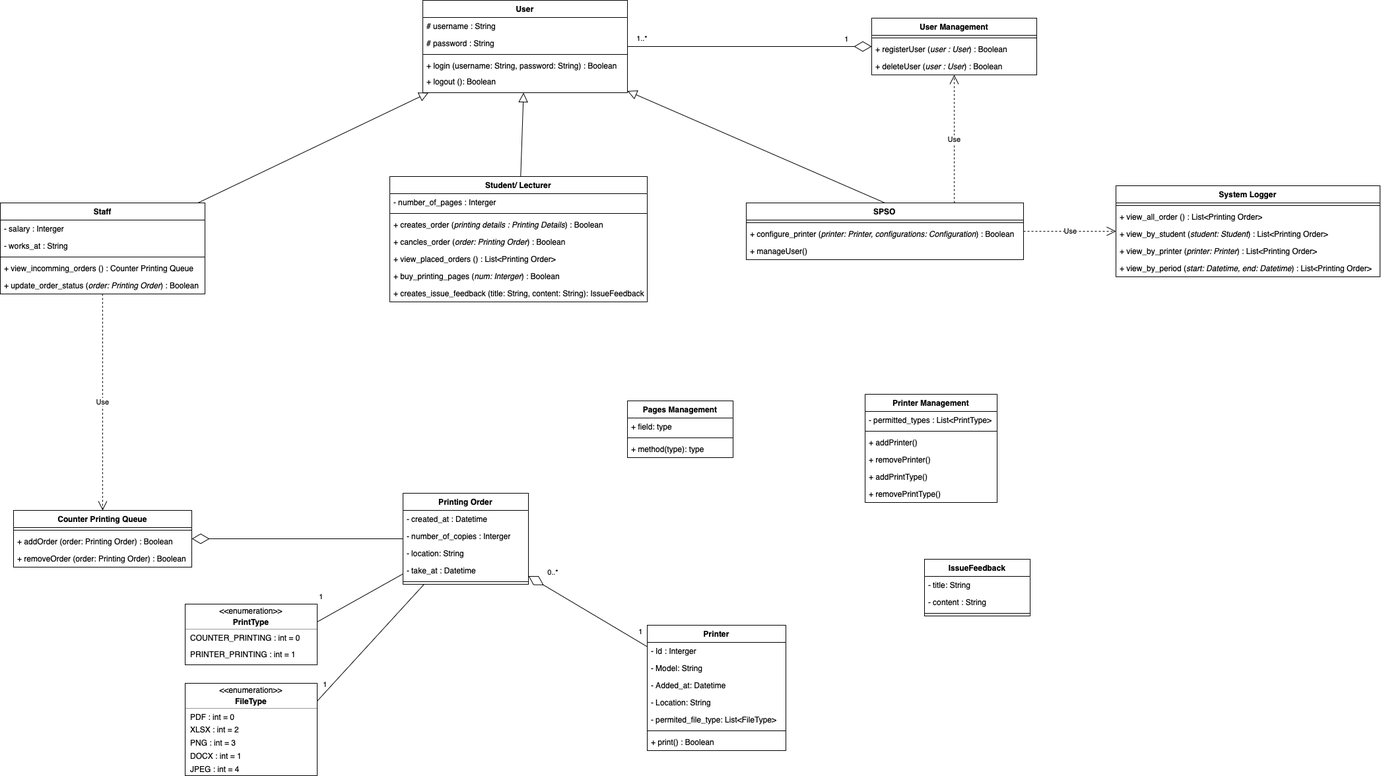
The draw.io diagram spss-class-diagram.drawio.png in blueonline07/auth-demo, before a commit. Source tidied: cells renumbered, new cells last; positions are measured from the earlier drawing's top-left corner, leaving out a move shared by most shapes.
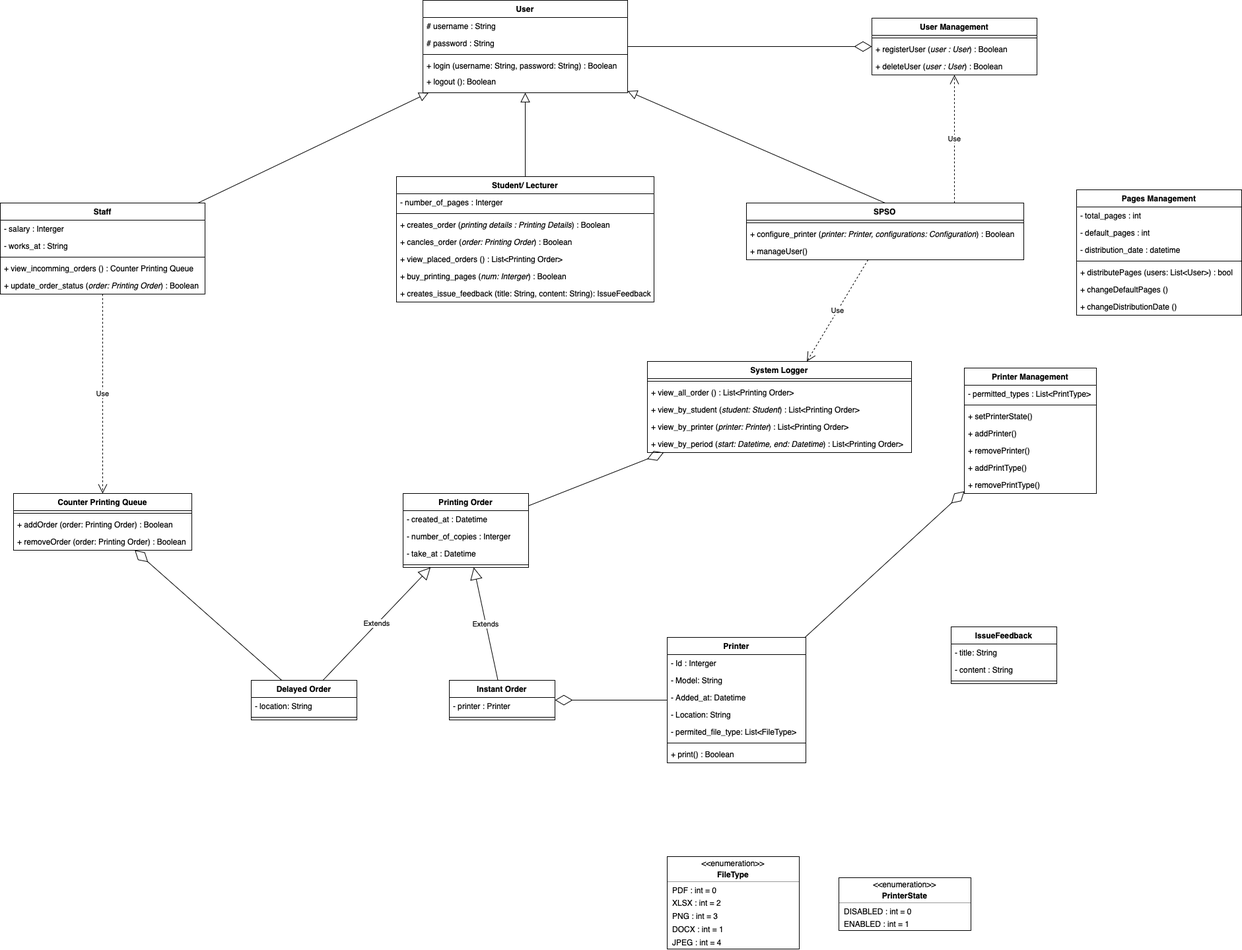
The same diagram one commit later.

Diff of the diagram source:
```diff
@@ -23,3 +23,3 @@
     <mxCell id="8" value="Student/ Lecturer" style="swimlane;fontStyle=1;align=center;verticalAlign=top;horizontal=1;startSize=26;rounded=0;shadow=0;strokeWidth=1;" parent="1" vertex="1">
-      <mxGeometry x="590" y="267" width="390" height="190" as="geometry" />
+      <mxGeometry x="600" y="267" width="390" height="190" as="geometry" />
     </mxCell>
@@ -77,3 +77,3 @@
     <mxCell id="26" value="Printer" style="swimlane;fontStyle=1;align=center;verticalAlign=top;horizontal=1;startSize=26;whiteSpace=wrap;html=1;" parent="1" vertex="1">
-      <mxGeometry x="980" y="947" width="210" height="190" as="geometry" />
+      <mxGeometry x="1010" y="965" width="210" height="190" as="geometry" />
     </mxCell>
@@ -101,3 +101,3 @@
     <mxCell id="34" value="Printing Order" style="swimlane;fontStyle=1;align=center;verticalAlign=top;horizontal=1;startSize=26;whiteSpace=wrap;html=1;" parent="1" vertex="1">
-      <mxGeometry x="610" y="747" width="190" height="138" as="geometry" />
+      <mxGeometry x="610" y="747" width="190" height="112" as="geometry" />
     </mxCell>
@@ -109,10 +109,7 @@
     </mxCell>
-    <mxCell id="37" value="- location: String" style="text;strokeColor=none;fillColor=none;align=left;verticalAlign=top;spacingLeft=4;spacingRight=4;overflow=hidden;whiteSpace=wrap;html=1;" parent="34" vertex="1">
-      <mxGeometry y="78" width="190" height="26" as="geometry" />
-    </mxCell>
     <mxCell id="38" value="- take_at : Datetime" style="text;strokeColor=none;fillColor=none;align=left;verticalAlign=top;spacingLeft=4;spacingRight=4;overflow=hidden;whiteSpace=wrap;html=1;" parent="34" vertex="1">
-      <mxGeometry y="104" width="190" height="26" as="geometry" />
+      <mxGeometry y="78" width="190" height="26" as="geometry" />
     </mxCell>
     <mxCell id="39" style="line;strokeWidth=1;fillColor=none;align=left;verticalAlign=middle;spacingTop=-1;spacingLeft=3;spacingRight=3;labelPosition=right;strokeColor=inherit;" parent="34" vertex="1">
-      <mxGeometry y="130" width="190" height="8" as="geometry" />
+      <mxGeometry y="104" width="190" height="8" as="geometry" />
     </mxCell>
@@ -131,3 +128,3 @@
     <mxCell id="44" value="IssueFeedback" style="swimlane;fontStyle=1;align=center;verticalAlign=top;horizontal=1;startSize=26;whiteSpace=wrap;html=1;" parent="1" vertex="1">
-      <mxGeometry x="1400" y="847" width="160" height="86" as="geometry" />
+      <mxGeometry x="1440" y="949" width="160" height="86" as="geometry" />
     </mxCell>
@@ -143,3 +140,3 @@
     <mxCell id="48" value="Counter Printing Queue" style="swimlane;fontStyle=1;align=center;verticalAlign=top;horizontal=1;startSize=26;whiteSpace=wrap;html=1;" parent="1" vertex="1">
-      <mxGeometry x="20" y="773" width="270" height="86" as="geometry" />
+      <mxGeometry x="20" y="747" width="270" height="86" as="geometry" />
     </mxCell>
@@ -155,3 +152,3 @@
     <mxCell id="52" value="System Logger" style="swimlane;fontStyle=1;align=center;verticalAlign=top;horizontal=1;startSize=26;whiteSpace=wrap;html=1;" parent="1" vertex="1">
-      <mxGeometry x="1690" y="281" width="400" height="138" as="geometry" />
+      <mxGeometry x="980" y="547" width="400" height="138" as="geometry" />
     </mxCell>
@@ -172,22 +169,4 @@
     </mxCell>
-    <mxCell id="58" style="fontStyle=1;align=center;verticalAlign=middle;horizontal=1;" parent="1" vertex="1">
-      <mxGeometry x="280" y="915" width="200" height="92" as="geometry" />
-    </mxCell>
-    <mxCell id="59" value="&amp;lt;&amp;lt;enumeration&amp;gt;&amp;gt;" style="html=1;align=center;spacing=0;verticalAlign=middle;strokeColor=none;fillColor=none;whiteSpace=wrap;" parent="58" vertex="1">
-      <mxGeometry width="200" height="20" as="geometry" />
-    </mxCell>
-    <mxCell id="60" value="PrintType" style="html=1;align=center;spacing=0;verticalAlign=middle;strokeColor=none;fillColor=none;whiteSpace=wrap;fontStyle=1;" parent="58" vertex="1">
-      <mxGeometry y="20" width="200" height="14" as="geometry" />
-    </mxCell>
-    <mxCell id="61" style="line;strokeWidth=0.25;fillColor=none;align=left;verticalAlign=middle;spacingTop=-1;spacingLeft=3;spacingRight=3;labelPosition=right;" parent="58" vertex="1">
-      <mxGeometry y="34" width="200" height="8" as="geometry" />
-    </mxCell>
-    <mxCell id="62" value="COUNTER_PRINTING : int = 0" style="html=1;align=left;spacing=0;spacingLeft=8;verticalAlign=middle;strokeColor=none;fillColor=none;whiteSpace=wrap;" parent="58" vertex="1">
-      <mxGeometry y="42" width="200" height="18" as="geometry" />
-    </mxCell>
-    <mxCell id="63" value="PRINTER_PRINTING : int = 1" style="html=1;align=left;spacing=0;spacingLeft=8;verticalAlign=middle;strokeColor=none;fillColor=none;whiteSpace=wrap;" parent="58" vertex="1">
-      <mxGeometry y="60" width="200" height="32" as="geometry" />
-    </mxCell>
     <mxCell id="64" style="fontStyle=1;align=center;verticalAlign=middle;horizontal=1;" parent="1" vertex="1">
-      <mxGeometry x="280" y="1035" width="200" height="140" as="geometry" />
+      <mxGeometry x="1010" y="1297" width="200" height="140" as="geometry" />
     </mxCell>
@@ -217,31 +196,5 @@
     </mxCell>
-    <mxCell id="73" style="endArrow=none;html=1;rounded=0;entryX=1;entryY=0.5;entryDx=0;entryDy=0;" parent="1" edge="1" source="34" target="66">
-      <mxGeometry relative="1" as="geometry" />
-    </mxCell>
-    <mxCell id="74" value="1" style="edgeLabel;html=1;align=center;verticalAlign=middle;" parent="73" vertex="1">
-      <mxGeometry x="0.45" y="1" relative="1" as="geometry">
-        <mxPoint x="-35" y="23" as="offset" />
-      </mxGeometry>
-    </mxCell>
-    <mxCell id="75" style="endArrow=none;html=1;rounded=0;entryX=1;entryY=0.5;entryDx=0;entryDy=0;" parent="1" edge="1" source="34" target="60">
-      <mxGeometry relative="1" as="geometry" />
-    </mxCell>
-    <mxCell id="76" value="1" style="edgeLabel;html=1;align=center;verticalAlign=middle;" parent="75" vertex="1">
-      <mxGeometry x="0.43" y="2" relative="1" as="geometry">
-        <mxPoint x="-32" y="-20" as="offset" />
-      </mxGeometry>
-    </mxCell>
-    <mxCell id="77" style="endArrow=diamondThin;endFill=0;endSize=24;html=1;rounded=0;" parent="1" edge="1" source="26" target="34">
+    <mxCell id="77" style="endArrow=diamondThin;endFill=0;endSize=24;html=1;rounded=0;" parent="1" edge="1" source="26" target="114">
       <mxGeometry relative="1" as="geometry" />
     </mxCell>
-    <mxCell id="78" value="1" style="edgeLabel;html=1;align=center;verticalAlign=middle;" parent="77" vertex="1">
-      <mxGeometry x="-0.78" y="1" relative="1" as="geometry">
-        <mxPoint x="10" y="-12" as="offset" />
-      </mxGeometry>
-    </mxCell>
-    <mxCell id="79" value="0..*" style="edgeLabel;html=1;align=center;verticalAlign=middle;" parent="77" vertex="1">
-      <mxGeometry x="0.76" y="-3" relative="1" as="geometry">
-        <mxPoint x="14" y="-16" as="offset" />
-      </mxGeometry>
-    </mxCell>
     <mxCell id="80" value="Use" style="endArrow=open;endSize=12;dashed=1;html=1;rounded=0;" parent="1" edge="1" source="22" target="52">
@@ -255,12 +208,2 @@
     </mxCell>
-    <mxCell id="83" value="1" style="edgeLabel;html=1;align=center;verticalAlign=middle;" parent="82" vertex="1">
-      <mxGeometry x="0.74" y="-4" relative="1" as="geometry">
-        <mxPoint x="7" y="-16" as="offset" />
-      </mxGeometry>
-    </mxCell>
-    <mxCell id="84" value="1..*" style="edgeLabel;html=1;align=center;verticalAlign=middle;" parent="82" vertex="1">
-      <mxGeometry x="-0.89" y="2" relative="1" as="geometry">
-        <mxPoint x="-1" y="-11" as="offset" />
-      </mxGeometry>
-    </mxCell>
     <mxCell id="85" value="Use" style="endArrow=open;endSize=12;dashed=1;html=1;rounded=0;" parent="1" edge="1" source="16" target="48">
@@ -277,3 +220,3 @@
     </mxCell>
-    <mxCell id="89" style="endArrow=diamondThin;endFill=0;endSize=24;html=1;rounded=0;" parent="1" edge="1" source="34" target="48">
+    <mxCell id="89" style="endArrow=diamondThin;endFill=0;endSize=24;html=1;rounded=0;" parent="1" edge="1" source="112" target="48">
       <mxGeometry relative="1" as="geometry" />
@@ -281,3 +224,3 @@
     <mxCell id="90" value="Printer Management" style="swimlane;fontStyle=1;align=center;verticalAlign=top;horizontal=1;startSize=26;whiteSpace=wrap;html=1;" parent="1" vertex="1">
-      <mxGeometry x="1310" y="597" width="200" height="164" as="geometry" />
+      <mxGeometry x="1460" y="557" width="200" height="190" as="geometry" />
     </mxCell>
@@ -289,26 +232,89 @@
     </mxCell>
+    <mxCell id="101" value="+ setPrinterState()" style="text;strokeColor=none;fillColor=none;align=left;verticalAlign=top;spacingLeft=4;spacingRight=4;overflow=hidden;whiteSpace=wrap;html=1;" parent="90" vertex="1">
+      <mxGeometry y="60" width="200" height="26" as="geometry" />
+    </mxCell>
     <mxCell id="93" value="+ addPrinter()" style="text;strokeColor=none;fillColor=none;align=left;verticalAlign=top;spacingLeft=4;spacingRight=4;overflow=hidden;whiteSpace=wrap;html=1;" parent="90" vertex="1">
-      <mxGeometry y="60" width="200" height="26" as="geometry" />
+      <mxGeometry y="86" width="200" height="26" as="geometry" />
     </mxCell>
     <mxCell id="94" value="+ removePrinter()" style="text;strokeColor=none;fillColor=none;align=left;verticalAlign=top;spacingLeft=4;spacingRight=4;overflow=hidden;whiteSpace=wrap;html=1;" parent="90" vertex="1">
-      <mxGeometry y="86" width="200" height="26" as="geometry" />
+      <mxGeometry y="112" width="200" height="26" as="geometry" />
     </mxCell>
     <mxCell id="95" value="+ addPrintType()" style="text;strokeColor=none;fillColor=none;align=left;verticalAlign=top;spacingLeft=4;spacingRight=4;overflow=hidden;whiteSpace=wrap;html=1;" parent="90" vertex="1">
-      <mxGeometry y="112" width="200" height="26" as="geometry" />
+      <mxGeometry y="138" width="200" height="26" as="geometry" />
     </mxCell>
     <mxCell id="96" value="+ removePrintType()" style="text;strokeColor=none;fillColor=none;align=left;verticalAlign=top;spacingLeft=4;spacingRight=4;overflow=hidden;whiteSpace=wrap;html=1;" parent="90" vertex="1">
-      <mxGeometry y="138" width="200" height="26" as="geometry" />
+      <mxGeometry y="164" width="200" height="26" as="geometry" />
     </mxCell>
     <mxCell id="97" value="Pages Management" style="swimlane;fontStyle=1;align=center;verticalAlign=top;horizontal=1;startSize=26;whiteSpace=wrap;html=1;" parent="1" vertex="1">
-      <mxGeometry x="950" y="607" width="160" height="86" as="geometry" />
+      <mxGeometry x="1630" y="287" width="250" height="190" as="geometry" />
     </mxCell>
-    <mxCell id="98" value="+ field: type" style="text;strokeColor=none;fillColor=none;align=left;verticalAlign=top;spacingLeft=4;spacingRight=4;overflow=hidden;whiteSpace=wrap;html=1;" parent="97" vertex="1">
-      <mxGeometry y="26" width="160" height="26" as="geometry" />
+    <mxCell id="98" value="&lt;div&gt;- total_pages : int&lt;/div&gt;" style="text;strokeColor=none;fillColor=none;align=left;verticalAlign=top;spacingLeft=4;spacingRight=4;overflow=hidden;whiteSpace=wrap;html=1;" parent="97" vertex="1">
+      <mxGeometry y="26" width="250" height="26" as="geometry" />
     </mxCell>
+    <mxCell id="102" value="&lt;div&gt;- default_pages : int&lt;/div&gt;" style="text;strokeColor=none;fillColor=none;align=left;verticalAlign=top;spacingLeft=4;spacingRight=4;overflow=hidden;whiteSpace=wrap;html=1;" parent="97" vertex="1">
+      <mxGeometry y="52" width="250" height="26" as="geometry" />
+    </mxCell>
+    <mxCell id="103" value="- distribution_date : datetime&lt;div&gt;&lt;br&gt;&lt;/div&gt;" style="text;strokeColor=none;fillColor=none;align=left;verticalAlign=top;spacingLeft=4;spacingRight=4;overflow=hidden;whiteSpace=wrap;html=1;" parent="97" vertex="1">
+      <mxGeometry y="78" width="250" height="26" as="geometry" />
+    </mxCell>
     <mxCell id="99" style="line;strokeWidth=1;fillColor=none;align=left;verticalAlign=middle;spacingTop=-1;spacingLeft=3;spacingRight=3;labelPosition=right;strokeColor=inherit;" parent="97" vertex="1">
-      <mxGeometry y="52" width="160" height="8" as="geometry" />
+      <mxGeometry y="104" width="250" height="8" as="geometry" />
     </mxCell>
-    <mxCell id="100" value="+ method(type): type" style="text;strokeColor=none;fillColor=none;align=left;verticalAlign=top;spacingLeft=4;spacingRight=4;overflow=hidden;whiteSpace=wrap;html=1;" parent="97" vertex="1">
-      <mxGeometry y="60" width="160" height="26" as="geometry" />
+    <mxCell id="100" value="+ distributePages (users: List&amp;lt;User&amp;gt;) : bool" style="text;strokeColor=none;fillColor=none;align=left;verticalAlign=top;spacingLeft=4;spacingRight=4;overflow=hidden;whiteSpace=wrap;html=1;" parent="97" vertex="1">
+      <mxGeometry y="112" width="250" height="26" as="geometry" />
     </mxCell>
+    <mxCell id="104" value="+ changeDefaultPages ()" style="text;strokeColor=none;fillColor=none;align=left;verticalAlign=top;spacingLeft=4;spacingRight=4;overflow=hidden;whiteSpace=wrap;html=1;" parent="97" vertex="1">
+      <mxGeometry y="138" width="250" height="26" as="geometry" />
+    </mxCell>
+    <mxCell id="105" value="+ changeDistributionDate ()" style="text;strokeColor=none;fillColor=none;align=left;verticalAlign=top;spacingLeft=4;spacingRight=4;overflow=hidden;whiteSpace=wrap;html=1;" parent="97" vertex="1">
+      <mxGeometry y="164" width="250" height="26" as="geometry" />
+    </mxCell>
+    <mxCell id="106" style="fontStyle=1;align=center;verticalAlign=middle;horizontal=1;" parent="1" vertex="1">
+      <mxGeometry x="1270" y="1329" width="200" height="80" as="geometry" />
+    </mxCell>
+    <mxCell id="59" value="&amp;lt;&amp;lt;enumeration&amp;gt;&amp;gt;" style="html=1;align=center;spacing=0;verticalAlign=middle;strokeColor=none;fillColor=none;whiteSpace=wrap;" parent="106" vertex="1">
+      <mxGeometry width="200" height="20" as="geometry" />
+    </mxCell>
+    <mxCell id="107" value="PrinterState" style="html=1;align=center;spacing=0;verticalAlign=middle;strokeColor=none;fillColor=none;whiteSpace=wrap;fontStyle=1;" parent="106" vertex="1">
+      <mxGeometry y="20" width="200" height="14" as="geometry" />
+    </mxCell>
+    <mxCell id="61" style="line;strokeWidth=0.25;fillColor=none;align=left;verticalAlign=middle;spacingTop=-1;spacingLeft=3;spacingRight=3;labelPosition=right;" parent="106" vertex="1">
+      <mxGeometry y="34" width="200" height="8" as="geometry" />
+    </mxCell>
+    <mxCell id="108" value="DISABLED : int = 0" style="html=1;align=left;spacing=0;spacingLeft=8;verticalAlign=middle;strokeColor=none;fillColor=none;whiteSpace=wrap;" parent="106" vertex="1">
+      <mxGeometry y="42" width="200" height="18" as="geometry" />
+    </mxCell>
+    <mxCell id="109" value="ENABLED : int = 1" style="html=1;align=left;spacing=0;spacingLeft=8;verticalAlign=middle;strokeColor=none;fillColor=none;whiteSpace=wrap;" parent="106" vertex="1">
+      <mxGeometry y="60" width="200" height="20" as="geometry" />
+    </mxCell>
+    <mxCell id="110" style="endArrow=diamondThin;endFill=0;endSize=24;html=1;rounded=0;" parent="1" edge="1" source="26" target="90">
+      <mxGeometry relative="1" as="geometry" />
+    </mxCell>
+    <mxCell id="111" style="endArrow=diamondThin;endFill=0;endSize=24;html=1;rounded=0;" parent="1" edge="1" source="34" target="52">
+      <mxGeometry relative="1" as="geometry" />
+    </mxCell>
+    <mxCell id="112" value="Delayed Order" style="swimlane;fontStyle=1;align=center;verticalAlign=top;horizontal=1;startSize=26;whiteSpace=wrap;html=1;" parent="1" vertex="1">
+      <mxGeometry x="380" y="1030" width="160" height="60" as="geometry" />
+    </mxCell>
+    <mxCell id="37" value="- location: String" style="text;strokeColor=none;fillColor=none;align=left;verticalAlign=top;spacingLeft=4;spacingRight=4;overflow=hidden;whiteSpace=wrap;html=1;" parent="112" vertex="1">
+      <mxGeometry y="26" width="160" height="26" as="geometry" />
+    </mxCell>
+    <mxCell id="113" style="line;strokeWidth=1;fillColor=none;align=left;verticalAlign=middle;spacingTop=-1;spacingLeft=3;spacingRight=3;labelPosition=right;strokeColor=inherit;" parent="112" vertex="1">
+      <mxGeometry y="52" width="160" height="8" as="geometry" />
+    </mxCell>
+    <mxCell id="114" value="Instant Order" style="swimlane;fontStyle=1;align=center;verticalAlign=top;horizontal=1;startSize=26;whiteSpace=wrap;html=1;" parent="1" vertex="1">
+      <mxGeometry x="680" y="1030" width="160" height="60" as="geometry" />
+    </mxCell>
+    <mxCell id="115" value="- printer : Printer" style="text;strokeColor=none;fillColor=none;align=left;verticalAlign=top;spacingLeft=4;spacingRight=4;overflow=hidden;whiteSpace=wrap;html=1;" parent="114" vertex="1">
+      <mxGeometry y="26" width="160" height="26" as="geometry" />
+    </mxCell>
+    <mxCell id="116" style="line;strokeWidth=1;fillColor=none;align=left;verticalAlign=middle;spacingTop=-1;spacingLeft=3;spacingRight=3;labelPosition=right;strokeColor=inherit;" parent="114" vertex="1">
+      <mxGeometry y="52" width="160" height="8" as="geometry" />
+    </mxCell>
+    <mxCell id="117" value="Extends" style="endArrow=block;endSize=16;endFill=0;html=1;rounded=0;" parent="1" edge="1" source="112" target="34">
+      <mxGeometry relative="1" as="geometry" />
+    </mxCell>
+    <mxCell id="118" value="Extends" style="endArrow=block;endSize=16;endFill=0;html=1;rounded=0;" parent="1" edge="1" source="114" target="34">
+      <mxGeometry relative="1" as="geometry" />
+    </mxCell>
   </root>
```
